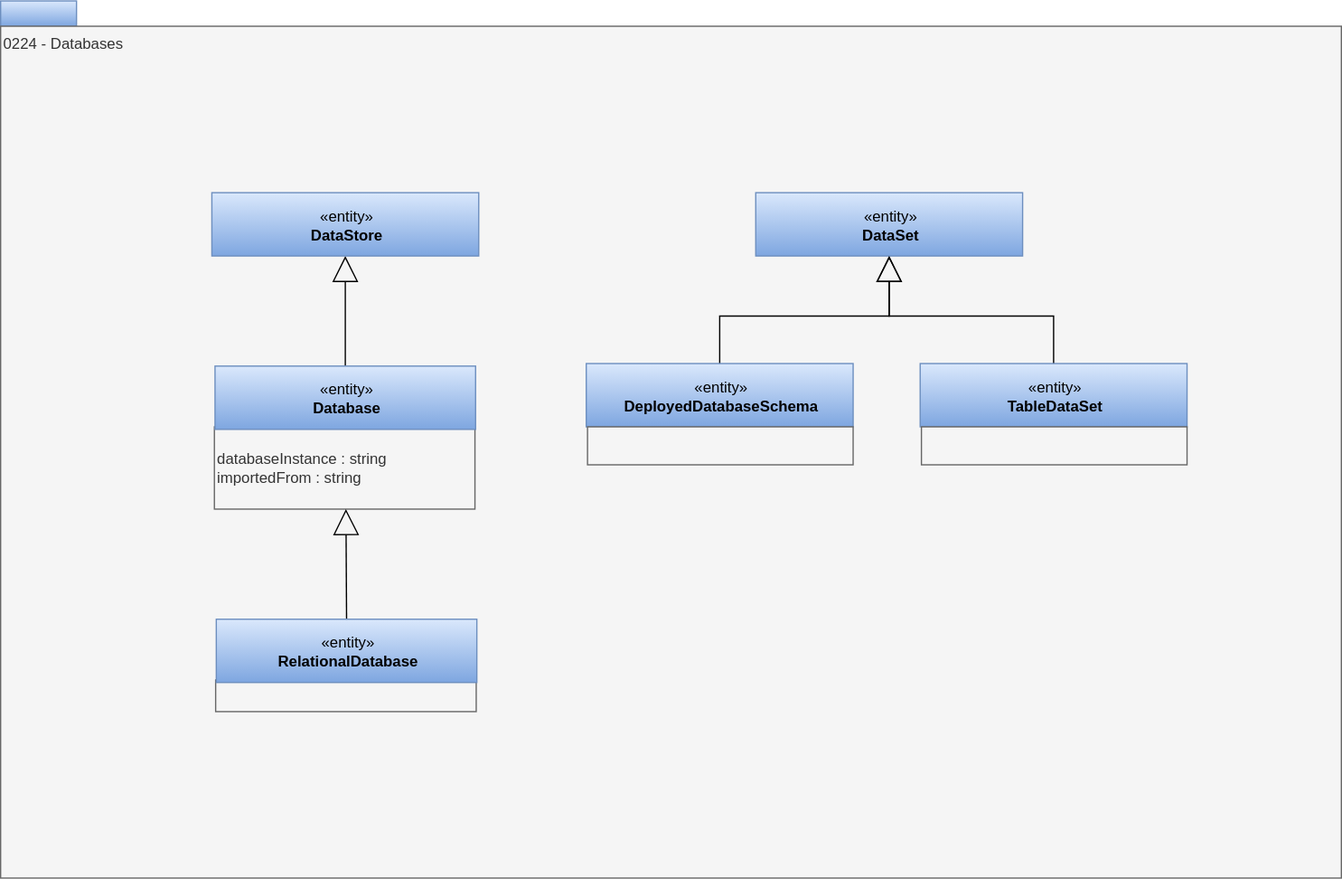
Before: site/docs/types/2/0224-Databases.svg, a diagram exported from draw.io (odpi/egeria-docs). Source tidied: cells renumbered, new cells last; positions are measured from the earlier drawing's top-left corner, leaving out a move shared by most shapes.
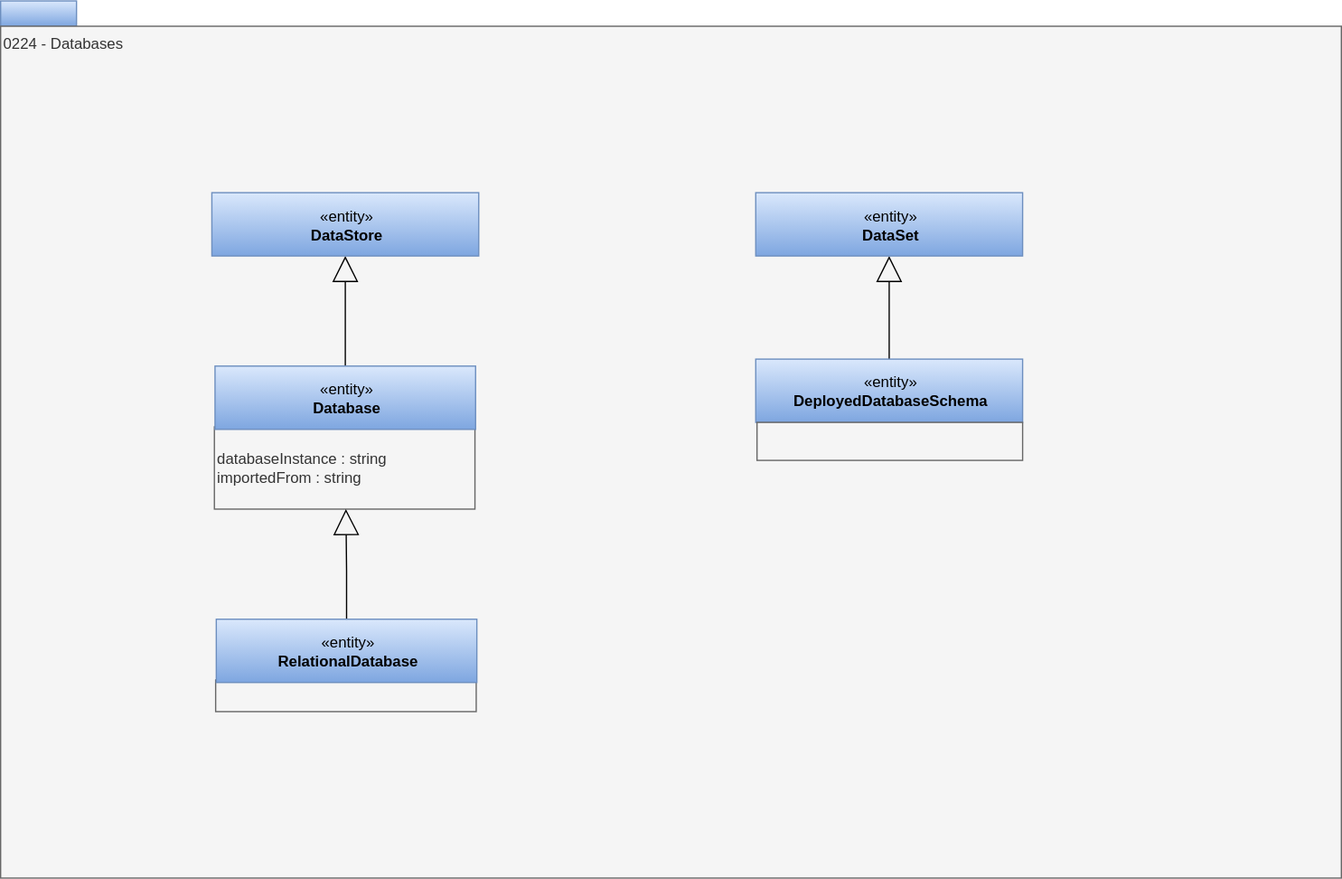
The same diagram one commit later.

Change to the diagram source:
```diff
@@ -12,10 +12,10 @@
       <mxGeometry relative="1" as="geometry" />
     </mxCell>
     <mxCell id="5" value="«entity»&lt;br&gt;&lt;b&gt;DeployedDatabaseSchema&lt;/b&gt;" style="html=1;strokeColor=#6c8ebf;align=center;fillColor=#dae8fc;gradientColor=#7ea6e0;" parent="1" vertex="1">
-      <mxGeometry x="463" y="286.5" width="211" height="50" as="geometry" />
+      <mxGeometry x="597" y="283" width="211" height="50" as="geometry" />
     </mxCell>
     <mxCell id="6" style="rounded=0;whiteSpace=wrap;html=1;strokeColor=#666666;align=left;fillColor=#f5f5f5;fontColor=#333333;" parent="1" vertex="1">
-      <mxGeometry x="464" y="336.5" width="210" height="30" as="geometry" />
+      <mxGeometry x="598" y="333" width="210" height="30" as="geometry" />
     </mxCell>
     <mxCell id="7" value="«entity»&lt;br&gt;&lt;b&gt;DataSet&lt;/b&gt;" style="html=1;strokeColor=#6c8ebf;align=center;fillColor=#dae8fc;gradientColor=#7ea6e0;" parent="1" vertex="1">
       <mxGeometry x="597" y="151.5" width="211" height="50" as="geometry" />
@@ -32,25 +32,16 @@
     <mxCell id="11" value="«entity»&lt;br&gt;&lt;b&gt;DataStore&lt;/b&gt;" style="html=1;strokeColor=#6c8ebf;align=center;fillColor=#dae8fc;gradientColor=#7ea6e0;" parent="1" vertex="1">
       <mxGeometry x="167" y="151.5" width="211" height="50" as="geometry" />
     </mxCell>
-    <mxCell id="12" style="edgeStyle=orthogonalEdgeStyle;rounded=0;jettySize=auto;html=1;exitX=0.5;exitY=0;exitDx=0;exitDy=0;strokeWidth=1;endArrow=block;endFill=0;endSize=18;" parent="1" edge="1" source="13" target="7">
-      <mxGeometry relative="1" as="geometry" />
+    <mxCell id="12" style="rounded=0;whiteSpace=wrap;html=1;strokeColor=#666666;align=left;fillColor=#f5f5f5;fontColor=#333333;" parent="1" vertex="1">
+      <mxGeometry x="170" y="536.5" width="206" height="25" as="geometry" />
     </mxCell>
-    <mxCell id="13" value="«entity»&lt;br&gt;&lt;b&gt;TableDataSet&lt;/b&gt;" style="html=1;strokeColor=#6c8ebf;align=center;fillColor=#dae8fc;gradientColor=#7ea6e0;" parent="1" vertex="1">
-      <mxGeometry x="727" y="286.5" width="211" height="50" as="geometry" />
+    <mxCell id="13" style="edgeStyle=orthogonalEdgeStyle;rounded=0;jettySize=auto;html=1;exitX=0.5;exitY=0;exitDx=0;exitDy=0;strokeWidth=1;endArrow=block;endFill=0;endSize=18;" parent="1" edge="1" source="14">
+      <mxGeometry relative="1" as="geometry">
+        <mxPoint x="273" y="401.5" as="targetPoint" />
+      </mxGeometry>
     </mxCell>
-    <mxCell id="14" style="rounded=0;whiteSpace=wrap;html=1;strokeColor=#666666;align=left;fillColor=#f5f5f5;fontColor=#333333;" parent="1" vertex="1">
-      <mxGeometry x="728" y="336.5" width="210" height="30" as="geometry" />
+    <mxCell id="14" value="«entity»&lt;br&gt;&lt;b&gt;RelationalDatabase&lt;/b&gt;" style="html=1;strokeColor=#6c8ebf;align=center;fillColor=#dae8fc;gradientColor=#7ea6e0;" parent="1" vertex="1">
+      <mxGeometry x="170.5" y="488.5" width="206" height="50" as="geometry" />
     </mxCell>
-    <mxCell id="15" style="rounded=0;whiteSpace=wrap;html=1;strokeColor=#666666;align=left;fillColor=#f5f5f5;fontColor=#333333;" parent="1" vertex="1">
-      <mxGeometry x="170" y="536.5" width="206" height="25" as="geometry" />
-    </mxCell>
-    <mxCell id="16" style="edgeStyle=orthogonalEdgeStyle;rounded=0;jettySize=auto;html=1;exitX=0.5;exitY=0;exitDx=0;exitDy=0;strokeWidth=1;endArrow=block;endFill=0;endSize=18;" parent="1" edge="1" source="17">
-      <mxGeometry relative="1" as="geometry">
-        <mxPoint x="273" y="401.5" as="targetPoint" />
-      </mxGeometry>
-    </mxCell>
-    <mxCell id="17" value="«entity»&lt;br&gt;&lt;b&gt;RelationalDatabase&lt;/b&gt;" style="html=1;strokeColor=#6c8ebf;align=center;fillColor=#dae8fc;gradientColor=#7ea6e0;" parent="1" vertex="1">
-      <mxGeometry x="170.5" y="488.5" width="206" height="50" as="geometry" />
-    </mxCell>
   </root>
 </mxGraphModel>
```
